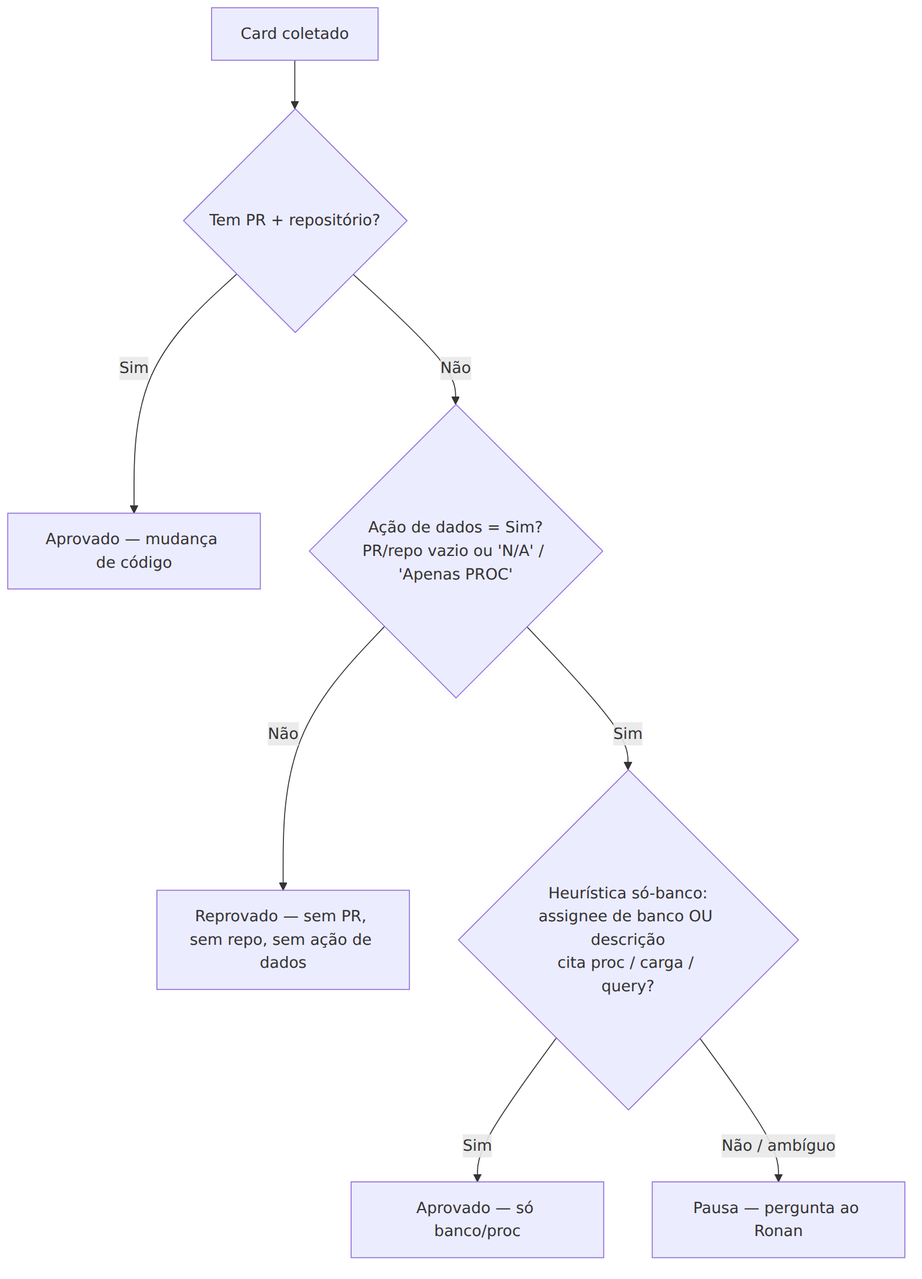
BertoRcsb/workflow-automation-management keeps this Mermaid diagram as docs/diagramas/07-regra-elegibilidade.png. Above is the earlier version. Its source is kept beside it as docs/diagramas/07-regra-elegibilidade.mmd.
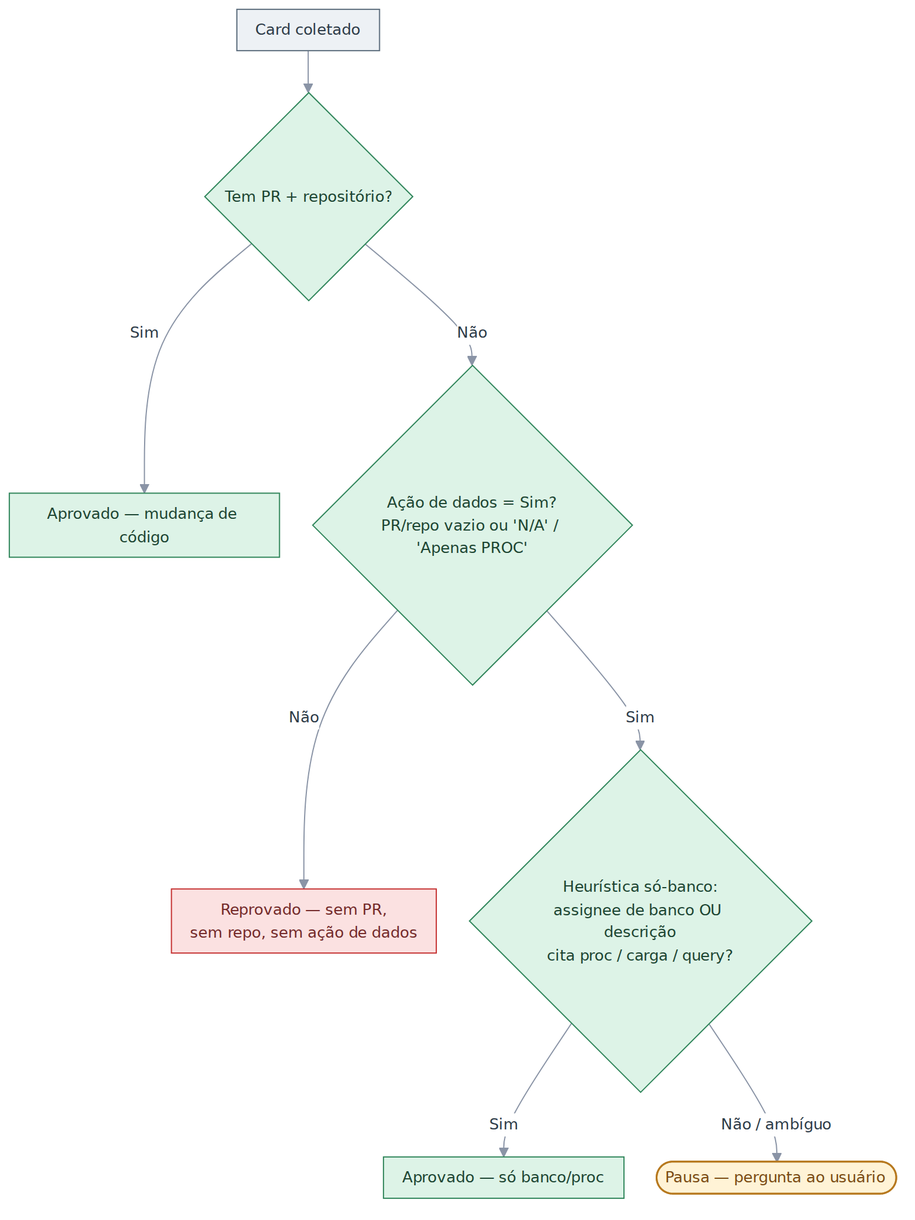
The same file after the commit.

Diff of the diagram source:
```diff
@@ -1,8 +1,14 @@
+%%{init: {"theme":"base","themeVariables":{"fontFamily":"Segoe UI, Helvetica, Arial, sans-serif","fontSize":"13px","lineColor":"#8A94A6","primaryColor":"#EDF1F5","primaryBorderColor":"#5A6B7B","primaryTextColor":"#2D3B48","clusterBkg":"#FAFBFC","clusterBorder":"#D5DBE3","edgeLabelBackground":"#FFFFFF"},"flowchart":{"curve":"basis","nodeSpacing":28,"rankSpacing":36,"padding":8}}}%%
 flowchart TD
-    C["Card coletado"] --> Q1{"Tem PR + repositório?"}
-    Q1 -->|Sim| A["Aprovado — mudança de código"]
-    Q1 -->|Não| Q2{"Ação de dados = Sim?<br>PR/repo vazio ou 'N/A' / 'Apenas PROC'"}
-    Q2 -->|Não| Rp["Reprovado — sem PR, sem repo, sem ação de dados"]
-    Q2 -->|Sim| Q3{"Heurística só-banco:<br>assignee de banco OU descrição<br>cita proc / carga / query?"}
-    Q3 -->|Sim| A2["Aprovado — só banco/proc"]
-    Q3 -->|"Não / ambíguo"| P["Pausa — pergunta ao Ronan"]
+    C["Card coletado"]:::io --> Q1{"Tem PR + repositório?"}:::det
+    Q1 -->|Sim| A["Aprovado — mudança de código"]:::det
+    Q1 -->|Não| Q2{"Ação de dados = Sim?<br>PR/repo vazio ou 'N/A' / 'Apenas PROC'"}:::det
+    Q2 -->|Não| Rp["Reprovado — sem PR,<br>sem repo, sem ação de dados"]:::alerta
+    Q2 -->|Sim| Q3{"Heurística só-banco:<br>assignee de banco OU descrição<br>cita proc / carga / query?"}:::det
+    Q3 -->|Sim| A2["Aprovado — só banco/proc"]:::det
+    Q3 -->|"Não / ambíguo"| P(["Pausa — pergunta ao usuário"]):::humano
+    classDef humano fill:#FFF3D6,stroke:#B7791F,color:#7B4B12,stroke-width:1.5px
+    classDef llm fill:#E8ECFB,stroke:#4C5FD5,color:#2A3577
+    classDef det fill:#DDF3E7,stroke:#2F855A,color:#1C4532
+    classDef io fill:#EDF1F5,stroke:#5A6B7B,color:#2D3B48
+    classDef alerta fill:#FBE1E1,stroke:#C53030,color:#742A2A
```
